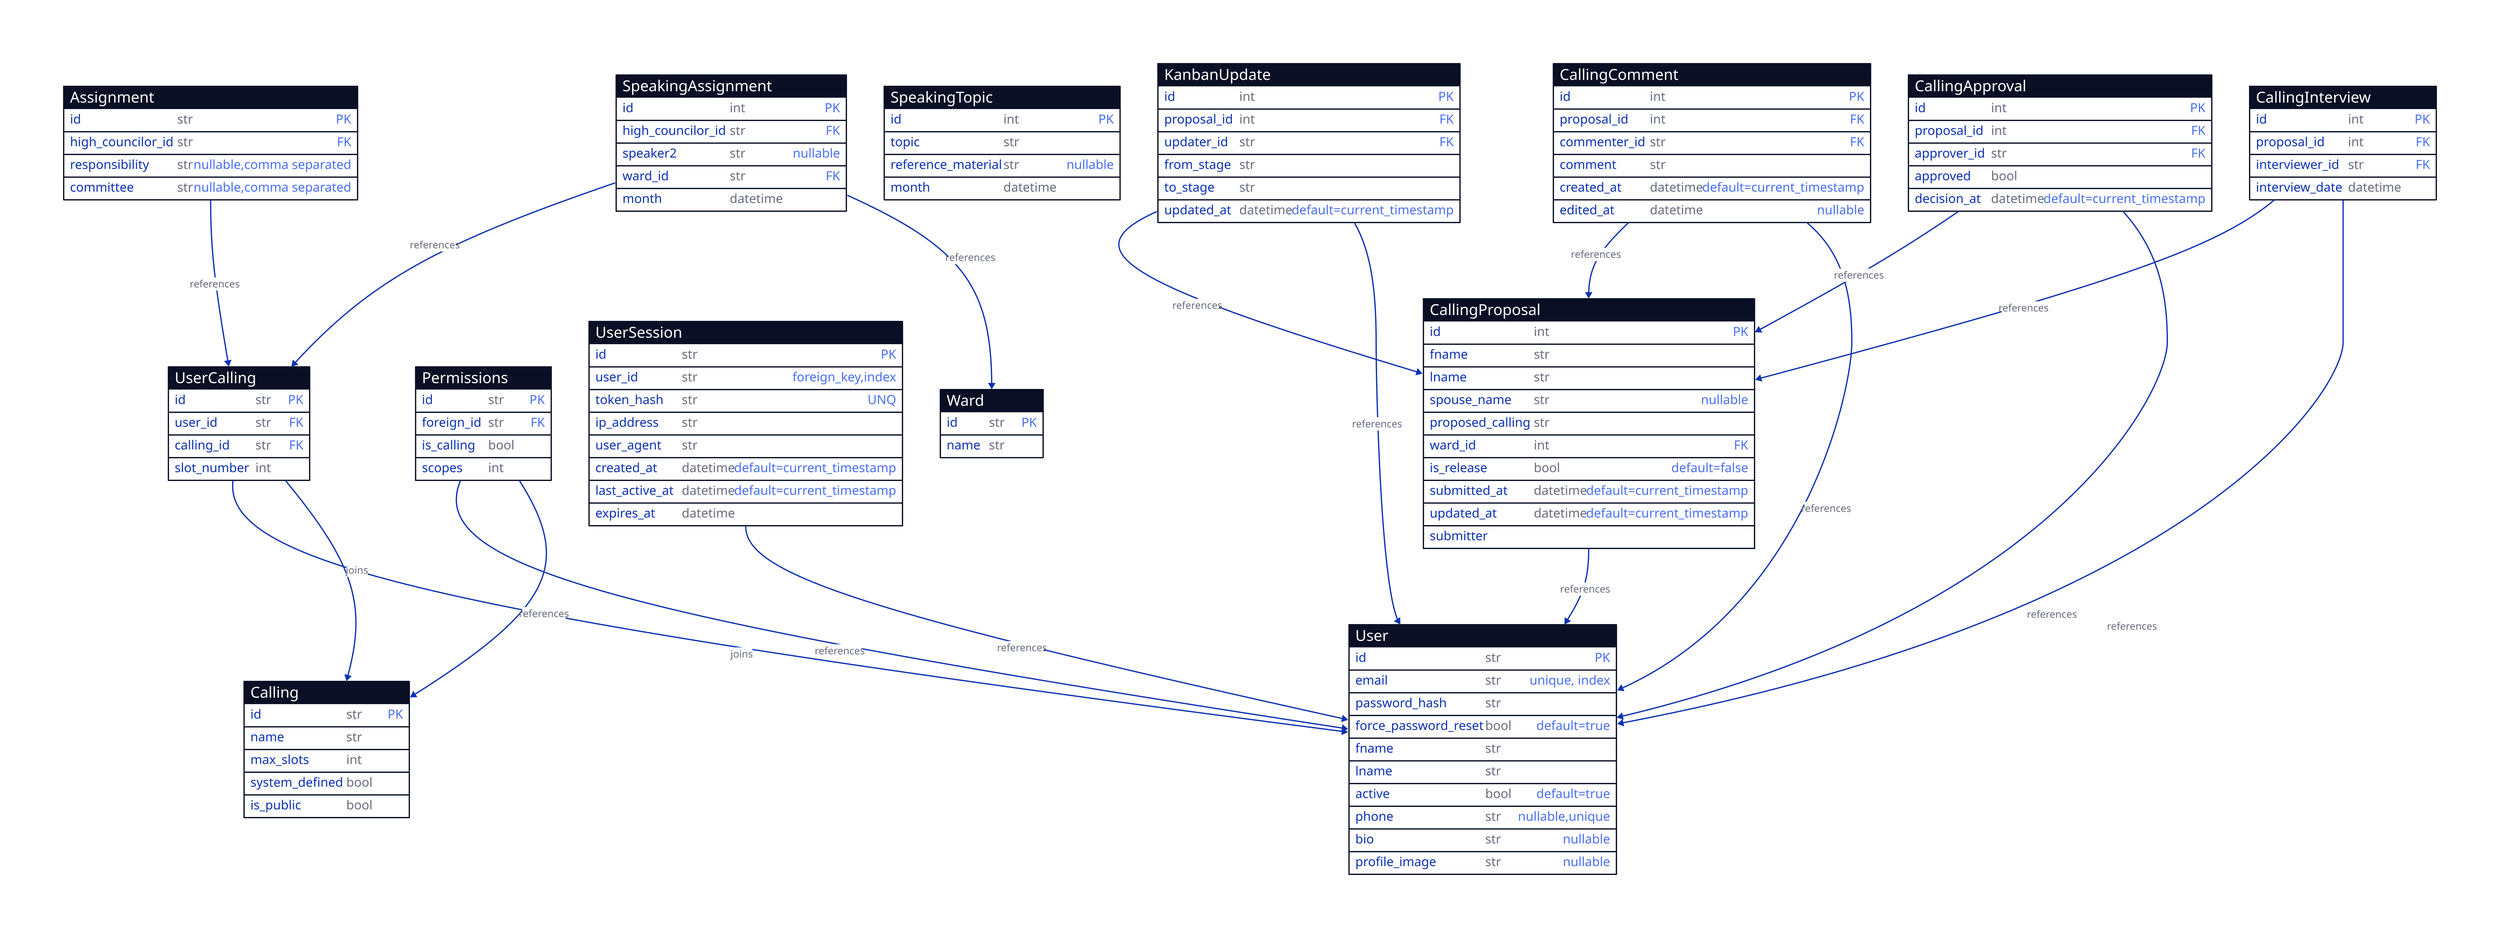
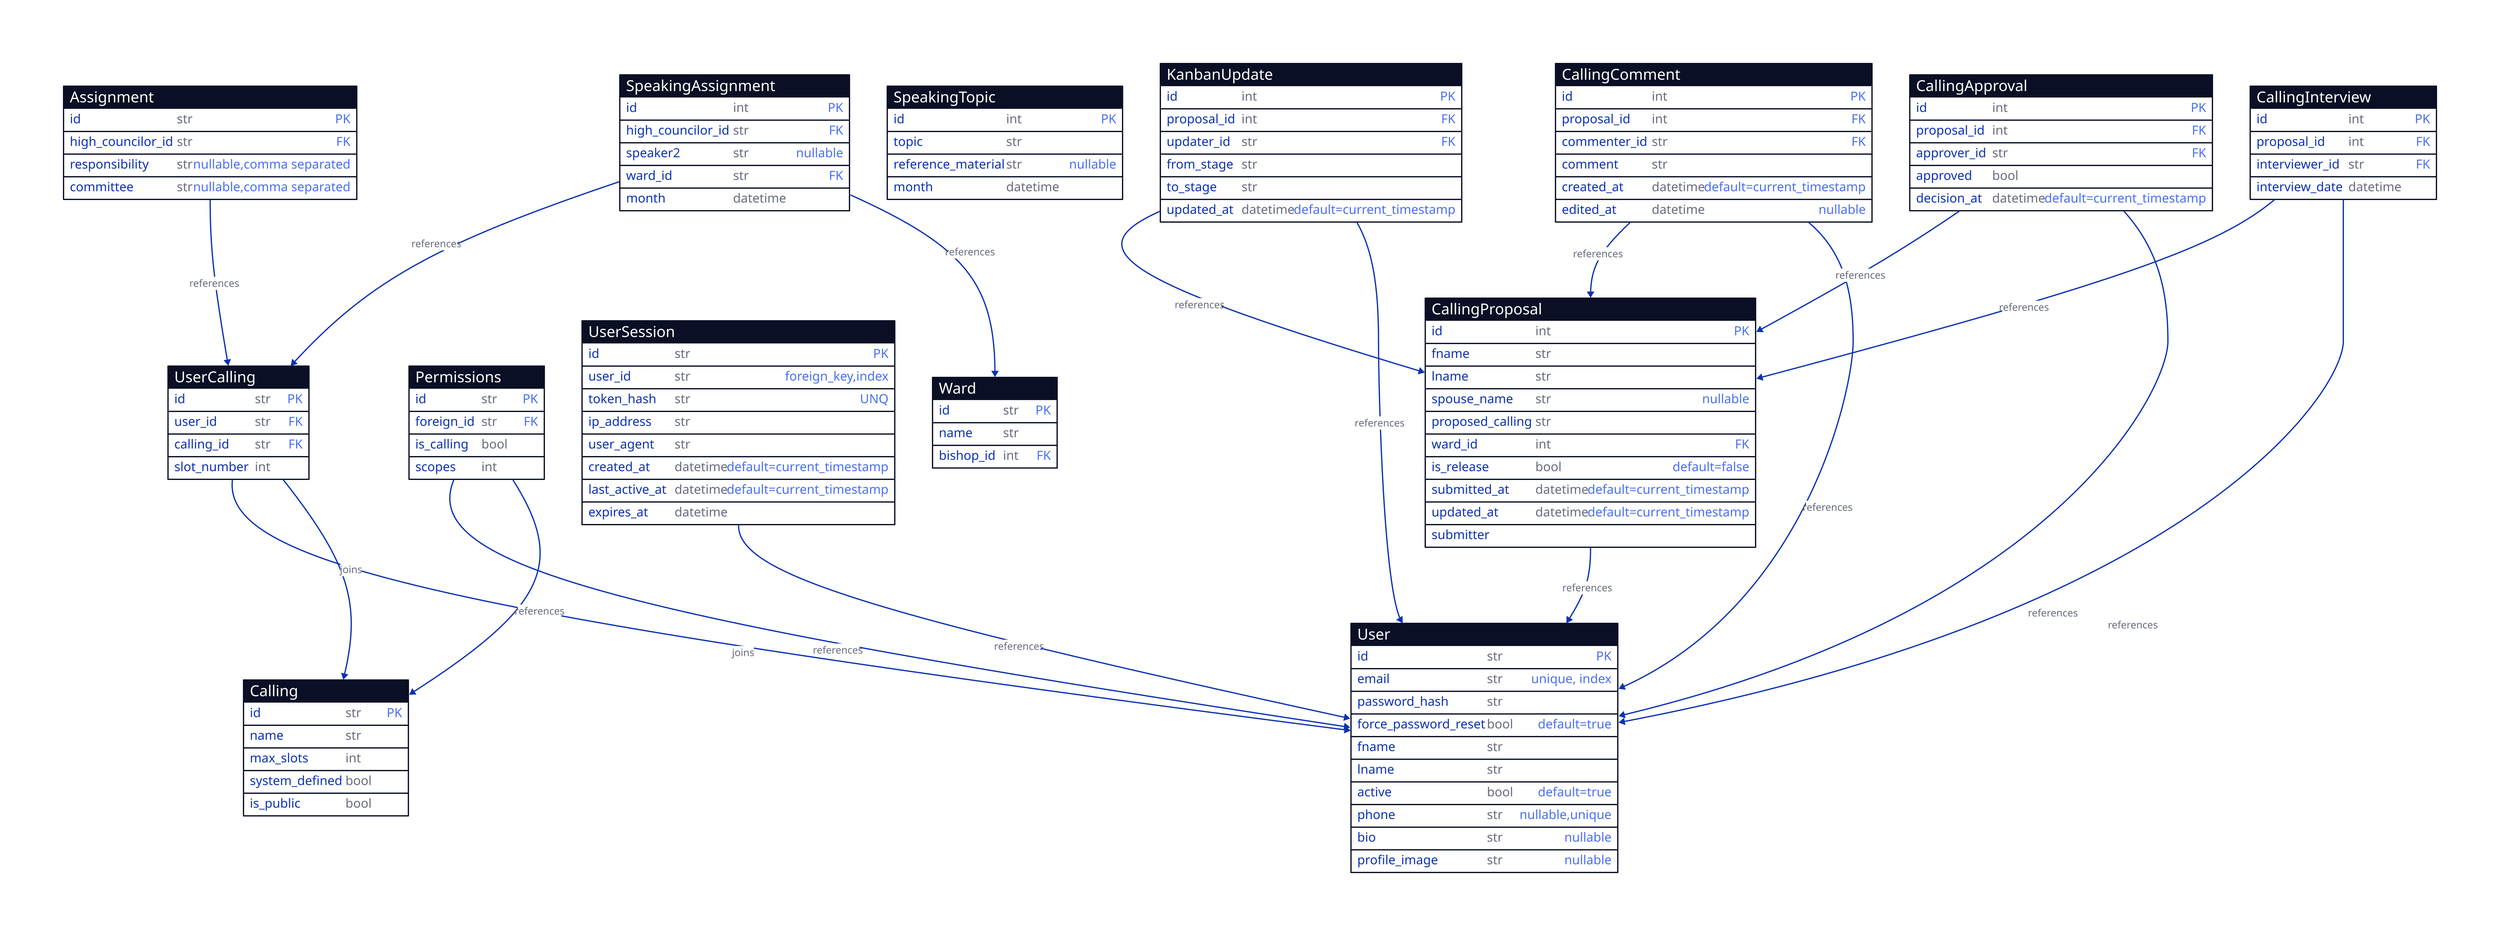
# direction: up

User: {
  shape: sql_table
  id: str {constraint: primary_key}
  email: str {constraint: unique, index}
  password_hash: str
  force_password_reset: bool {constraint: default=true}
  fname: str
  lname: str
  active: bool {constraint: default=true}
  phone: str {constraint: nullable,unique}
  bio: str {constraint: nullable}
  profile_image: str {constraint: nullable}
}

Calling: {
  shape: sql_table
  id: str {constraint: primary_key}
  name: str
  max_slots: int
  system_defined: bool
  is_public: bool
}

UserCalling: {
  shape: sql_table
  id: str {constraint: primary_key}
  user_id: str {constraint: foreign_key}
  calling_id: str {constraint: foreign_key}
  slot_number: int
}

Permissions: {
  shape: sql_table
  id: str {constraint: primary_key}
  foreign_id: str {constraint: foreign_key}
  is_calling: bool
  scopes: int
}

UserSession: {
  shape: sql_table
  id: str {constraint: primary_key}
  user_id: str {constraint: foreign_key,index}
  token_hash: str {constraint: unique}
  ip_address: str
  user_agent: str
  created_at: datetime {constraint: default=current_timestamp}
  last_active_at: datetime {constraint: default=current_timestamp}
  expires_at: datetime
}

# Ward related datatypes
Ward: {
  shape: sql_table
  id: str {constraint: primary_key}
  name: str
}

# High Councilor related datatypes
Assignment: {
  shape: sql_table
  id: str {constraint: primary_key}
  high_councilor_id: str {constraint: foreign_key}
  responsibility: str  {constraint: nullable,comma separated}
  committee: str {constraint: nullable,comma separated}
}

SpeakingAssignment: {
  shape: sql_table
  id: int {constraint: primary_key}
  high_councilor_id: str {constraint: foreign_key}
  speaker2: str {constraint: nullable}
  ward_id: str {constraint: foreign_key}
  month: datetime
}

SpeakingTopic: {
  shape: sql_table
  id: int {constraint: primary_key}
  topic: str
  reference_material: str {constraint: nullable}
  month: datetime
}


# Calling Kanban related datatypes
KanbanUpdate: {
  shape: sql_table
  id: int {constraint: primary_key}
  proposal_id: int {constraint: foreign_key}
  updater_id: str {constraint: foreign_key}
  from_stage: str
  to_stage: str
  updated_at: datetime {constraint: default=current_timestamp}
}

CallingProposal: {
  shape: sql_table
  id: int {constraint: primary_key}
  fname: str
  lname: str
  spouse_name: str {constraint: nullable}
  proposed_calling: str
  ward_id: int {constraint: foreign_key}
  is_release: bool {constraint: default=false}
  submitted_at: datetime {constraint: default=current_timestamp}
  updated_at: datetime {constraint: default=current_timestamp}
}

CallingComment: {
  shape: sql_table
  id: int {constraint: primary_key}
  proposal_id: int {constraint: foreign_key}
  commenter_id: str {constraint: foreign_key}
  comment: str
  created_at: datetime {constraint: default=current_timestamp}
  edited_at: datetime {constraint: nullable}
}

CallingApproval: {
  shape: sql_table
  id: int {constraint: primary_key}
  proposal_id: int {constraint: foreign_key}
  approver_id: str {constraint: foreign_key}
  approved: bool
  decision_at: datetime {constraint: default=current_timestamp}
}

CallingInterview: {
  shape: sql_table
  id: int {constraint: primary_key}
  proposal_id: int {constraint: foreign_key}
  interviewer_id: str {constraint: foreign_key}
  interview_date: datetime
}

+ # Ward
+ 
+ Ward: {
+   shape: sql_table
+   id: str {constraint: primary_key}
+   name: str
+   bishop_id: int {constraint: foreign_key}
+ }
+ 
# Relationships based on common fields
UserCalling -> User : "joins"
UserCalling -> Calling : "joins"
Permissions.foreign_id -> User.id : "references"
Permissions.foreign_id -> Calling.id : "references"
UserSession.user_id -> User.id : "references"
Assignment.high_councilor_id -> UserCalling.id : "references"
SpeakingAssignment.high_councilor_id -> UserCalling.id : "references"
SpeakingAssignment.ward_id -> Ward.id : "references"

# Calling Kanban relationships
KanbanUpdate.proposal_id -> CallingProposal.id : "references"
KanbanUpdate.updater_id -> User.id : "references"
CallingComment.proposal_id -> CallingProposal.id : "references"
CallingComment.commenter_id -> User.id : "references"
CallingApproval.proposal_id -> CallingProposal.id : "references"
CallingApproval.approver_id -> User.id : "references"
CallingInterview.proposal_id -> CallingProposal.id : "references"
CallingInterview.interviewer_id -> User.id : "references"
CallingProposal.submitter -> User.id : "references"